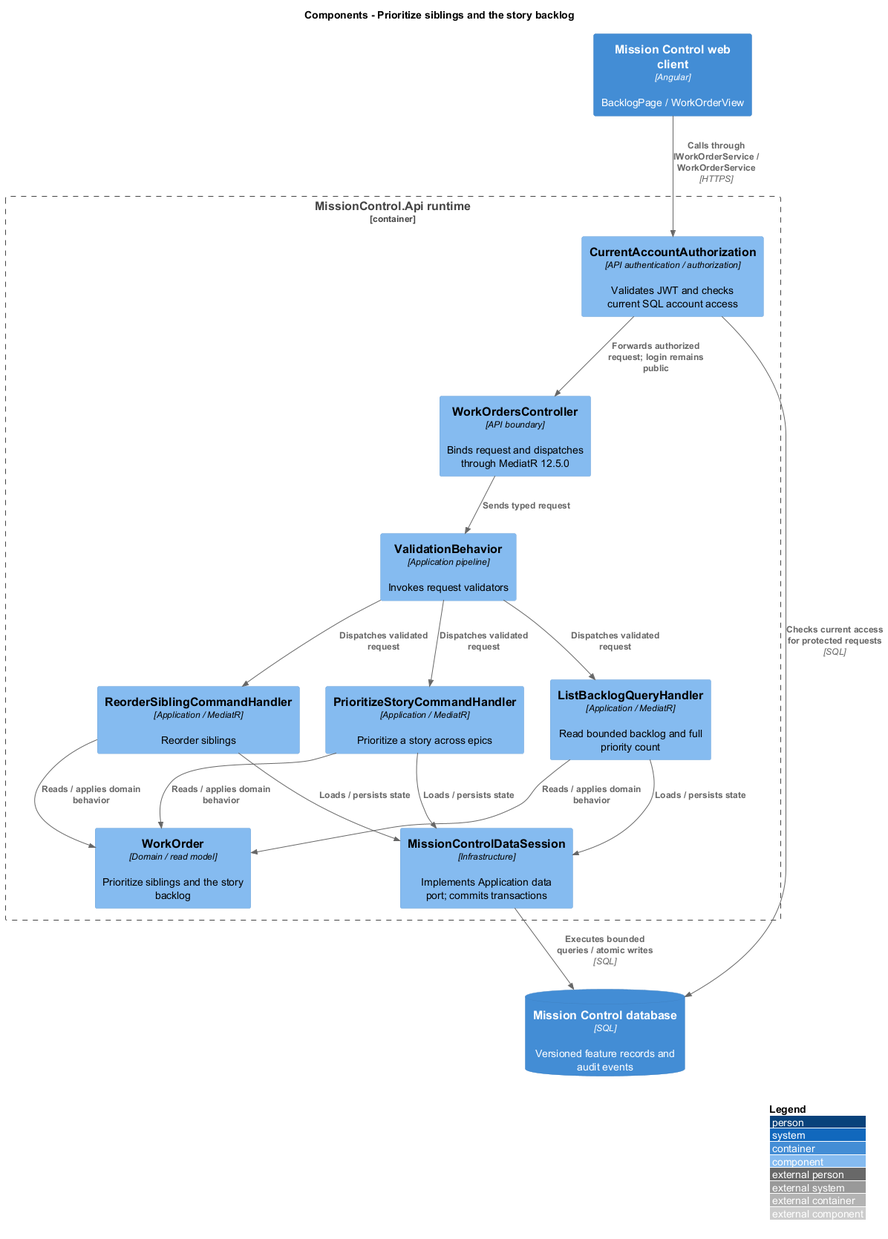
Earlier version of the PlantUML export docs/detailed-designs/work/prioritize-work/diagrams/c4-component.png (QuinntyneBrown/mission-control). Source of this version:
```plantuml
@startuml
!include <C4/C4_Component>
LAYOUT_WITH_LEGEND()
title Components - Prioritize siblings and the story backlog
Container(web, "Mission Control web client", "Angular", "BacklogPage / WorkOrderView")
ContainerDb(db, "Mission Control database", "SQL", "Versioned feature records and audit events")
Container_Boundary(api, "MissionControl.Api runtime") {
  Component(ctrl, "WorkOrdersController", "API boundary", "Binds request and dispatches through MediatR 12.5.0")
  Component(access, "CurrentAccountAuthorization", "API authentication / authorization", "Validates JWT and checks current SQL account access")
  Component(validation, "ValidationBehavior", "Application pipeline", "Invokes request validators")
  Component(entity, "WorkOrder", "Domain / read model", "Prioritize siblings and the story backlog")
  Component(store, "MissionControlDataSession", "Infrastructure", "Implements Application data port; commits transactions")
Rel(web, access, "Calls through IWorkOrderService / WorkOrderService", "HTTPS")
Rel(access, db, "Checks current access for protected requests", "SQL")
Rel(access, ctrl, "Forwards authorized request; login remains public")
Rel(ctrl, validation, "Sends typed request")
Component(h0, "ReorderSiblingCommandHandler", "Application / MediatR", "Reorder siblings")
Rel(validation, h0, "Dispatches validated request")
Rel(h0, entity, "Reads / applies domain behavior")
Rel(h0, store, "Loads / persists state")
Component(h1, "PrioritizeStoryCommandHandler", "Application / MediatR", "Prioritize a story across epics")
Rel(validation, h1, "Dispatches validated request")
Rel(h1, entity, "Reads / applies domain behavior")
Rel(h1, store, "Loads / persists state")
Component(h2, "ListBacklogQueryHandler", "Application / MediatR", "Read bounded backlog and full priority count")
Rel(validation, h2, "Dispatches validated request")
Rel(h2, entity, "Reads / applies domain behavior")
Rel(h2, store, "Loads / persists state")
}
Rel(store, db, "Executes bounded queries / atomic writes", "SQL")
@enduml
```
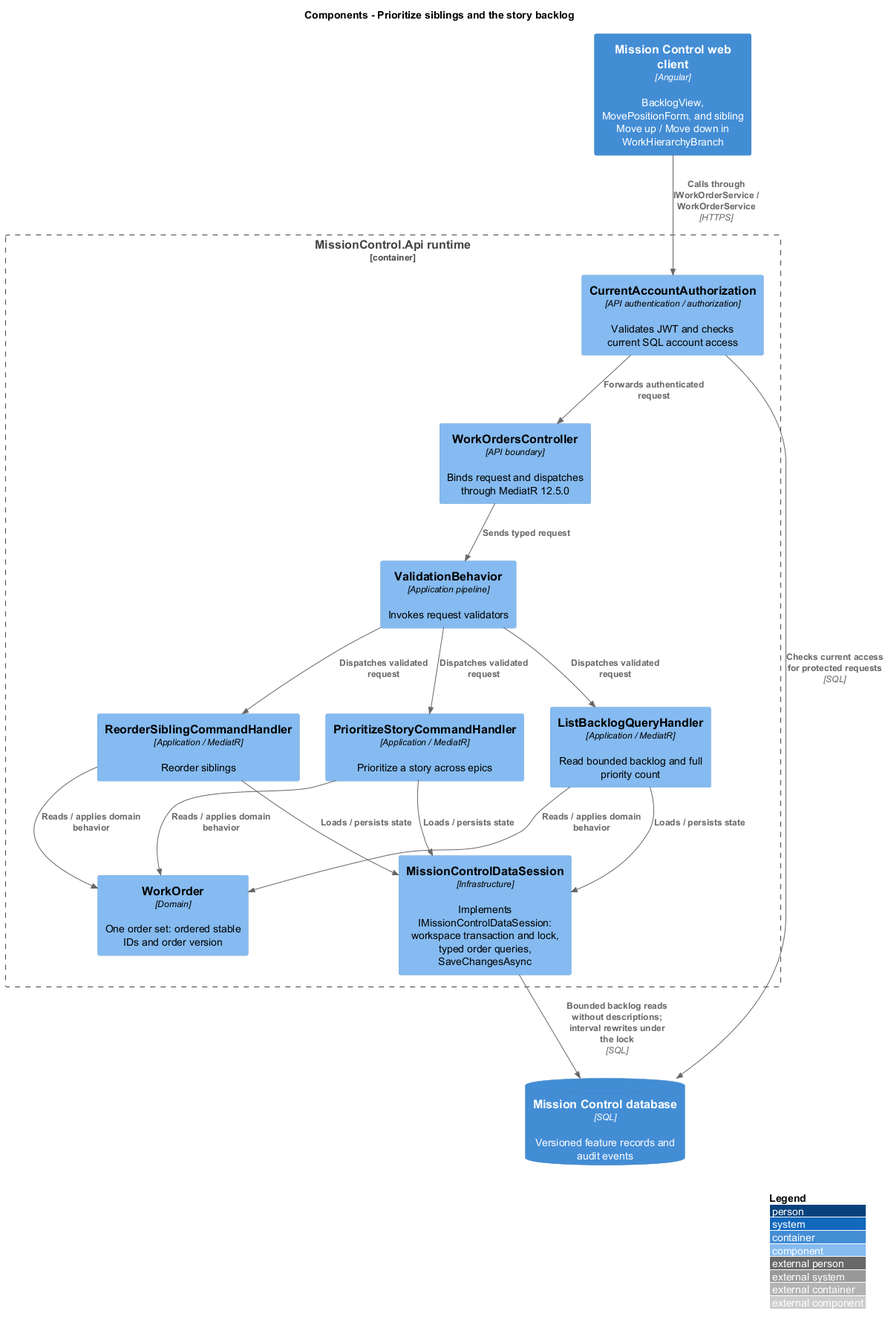
The same file after the commit.

Diff of the diagram source:
```diff
@@ -2,17 +2,17 @@
 !include <C4/C4_Component>
 LAYOUT_WITH_LEGEND()
 title Components - Prioritize siblings and the story backlog
-Container(web, "Mission Control web client", "Angular", "BacklogPage / WorkOrderView")
+Container(web, "Mission Control web client", "Angular", "BacklogView, MovePositionForm, and sibling Move up / Move down in WorkHierarchyBranch")
 ContainerDb(db, "Mission Control database", "SQL", "Versioned feature records and audit events")
 Container_Boundary(api, "MissionControl.Api runtime") {
   Component(ctrl, "WorkOrdersController", "API boundary", "Binds request and dispatches through MediatR 12.5.0")
   Component(access, "CurrentAccountAuthorization", "API authentication / authorization", "Validates JWT and checks current SQL account access")
   Component(validation, "ValidationBehavior", "Application pipeline", "Invokes request validators")
-  Component(entity, "WorkOrder", "Domain / read model", "Prioritize siblings and the story backlog")
-  Component(store, "MissionControlDataSession", "Infrastructure", "Implements Application data port; commits transactions")
+  Component(entity, "WorkOrder", "Domain", "One order set: ordered stable IDs and order version")
+  Component(store, "MissionControlDataSession", "Infrastructure", "Implements IMissionControlDataSession: workspace transaction and lock, typed order queries, SaveChangesAsync")
 Rel(web, access, "Calls through IWorkOrderService / WorkOrderService", "HTTPS")
 Rel(access, db, "Checks current access for protected requests", "SQL")
-Rel(access, ctrl, "Forwards authorized request; login remains public")
+Rel(access, ctrl, "Forwards authenticated request")
 Rel(ctrl, validation, "Sends typed request")
 Component(h0, "ReorderSiblingCommandHandler", "Application / MediatR", "Reorder siblings")
 Rel(validation, h0, "Dispatches validated request")
@@ -27,5 +27,5 @@
 Rel(h2, entity, "Reads / applies domain behavior")
 Rel(h2, store, "Loads / persists state")
 }
-Rel(store, db, "Executes bounded queries / atomic writes", "SQL")
+Rel(store, db, "Bounded backlog reads without descriptions; interval rewrites under the lock", "SQL")
 @enduml
```
